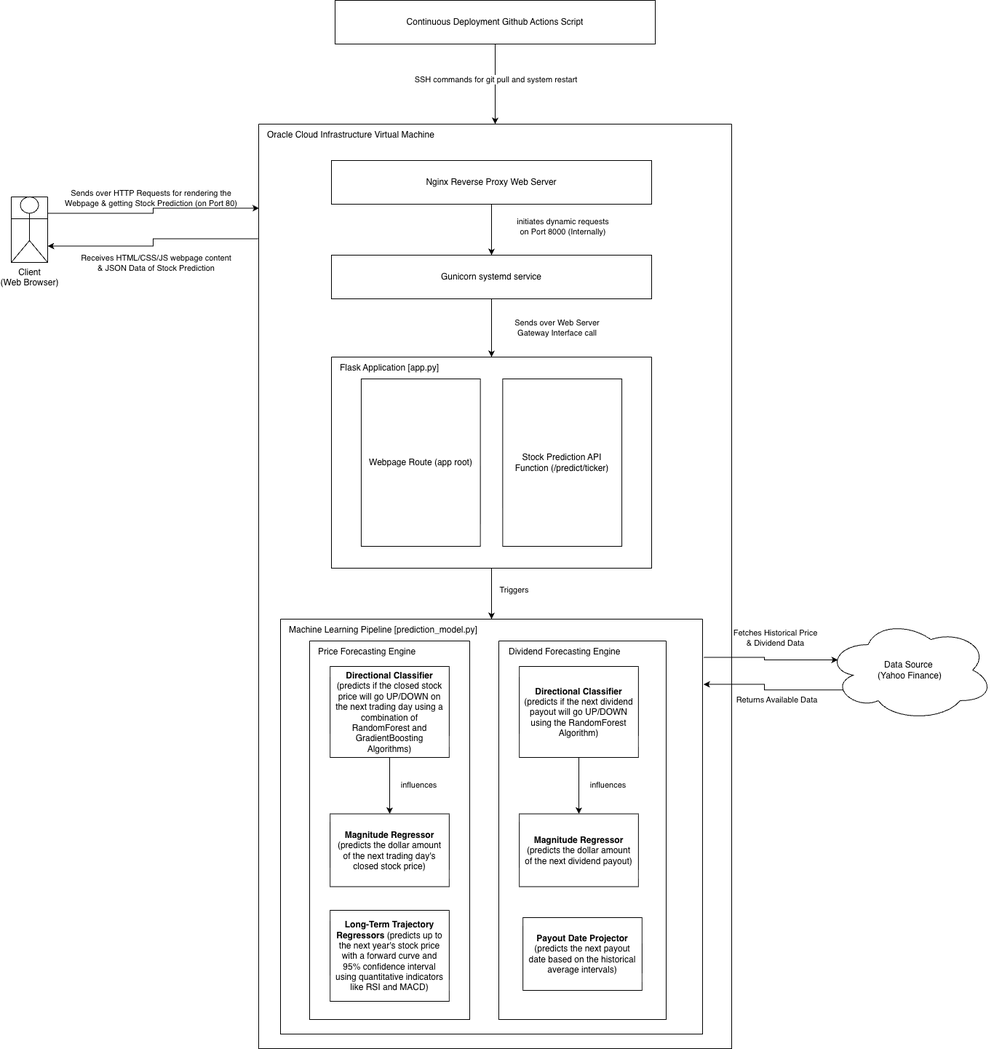
The draw.io diagram imgs/stock-market-predictor-arch.png in lc2410/stock-market-predictor, before a commit. Source tidied: cells renumbered, new cells last; positions are measured from the earlier drawing's top-left corner, leaving out a move shared by most shapes.
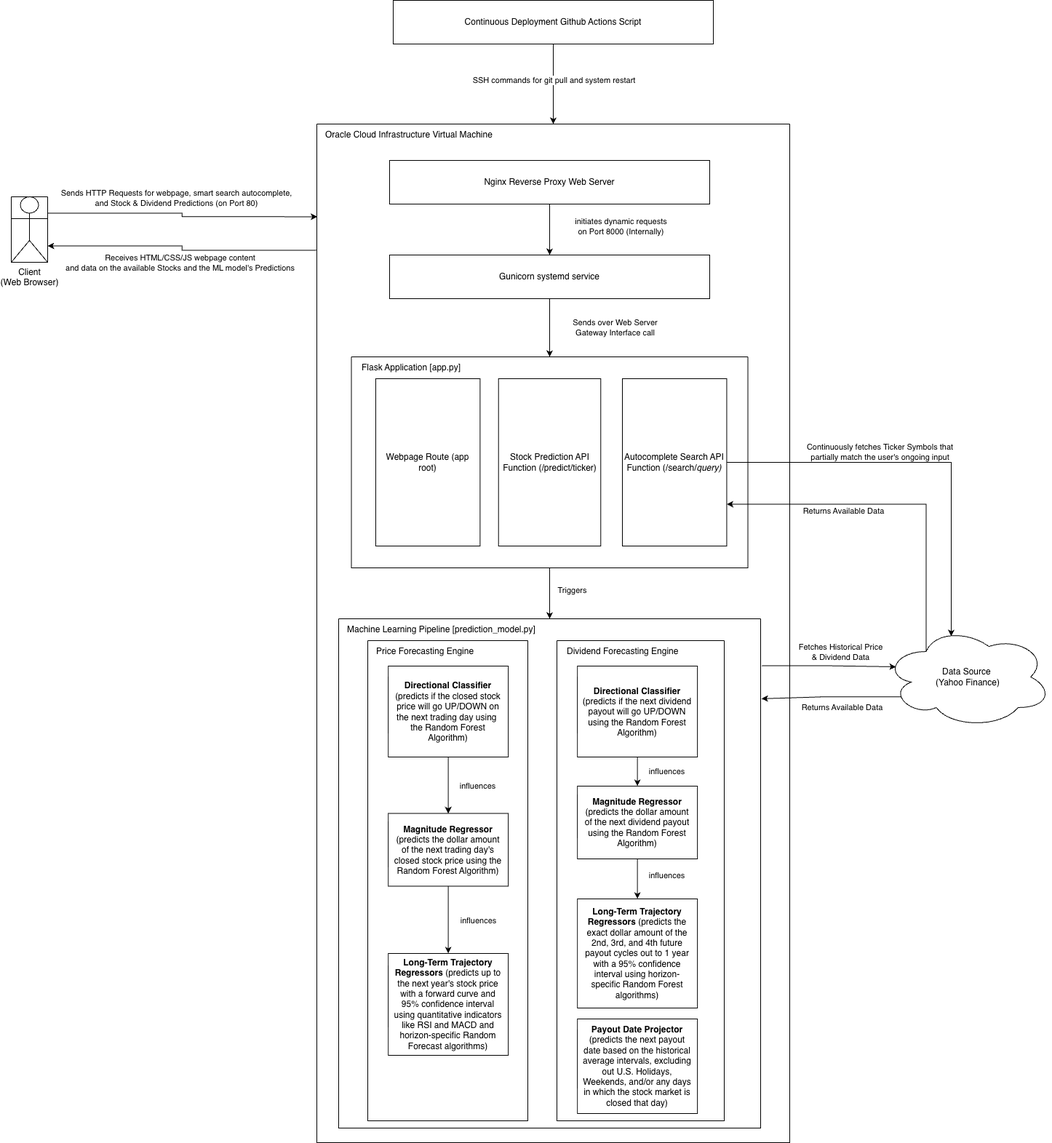
Later version of the same file.

Commit message:
updated documentation based on the updates since the last release

What changed in the source:
```diff
@@ -3,26 +3,29 @@
     <mxCell id="0" />
     <mxCell id="1" parent="0" />
     <mxCell id="2" style="swimlane;startSize=0;" parent="1" vertex="1">
-      <mxGeometry x="340" y="170" width="650" height="1270" as="geometry" />
+      <mxGeometry x="340" y="170" width="650" height="1400" as="geometry" />
     </mxCell>
     <mxCell id="3" value="Sends over Web Server &lt;br&gt;Gateway Interface call" style="edgeStyle=orthogonalEdgeStyle;rounded=0;jettySize=auto;html=1;exitX=0.5;exitY=1;exitDx=0;exitDy=0;entryX=0.5;entryY=0;entryDx=0;entryDy=0;fillColor=none;" parent="2" edge="1" source="12" target="5">
       <mxGeometry y="90" relative="1" as="geometry" />
     </mxCell>
     <mxCell id="4" style="group;" parent="2" vertex="1">
-      <mxGeometry x="100" y="290" width="440" height="320" as="geometry" />
+      <mxGeometry x="47.5" y="290" width="545" height="320" as="geometry" />
     </mxCell>
     <mxCell id="5" style="swimlane;startSize=0;" parent="4" vertex="1">
-      <mxGeometry y="30" width="440" height="290" as="geometry" />
+      <mxGeometry y="30" width="545" height="290" as="geometry" />
     </mxCell>
     <mxCell id="6" value="Webpage Route (app root)" style="rounded=0;whiteSpace=wrap;html=1;" parent="5" vertex="1">
-      <mxGeometry x="40.9" y="30" width="163.7" height="230" as="geometry" />
+      <mxGeometry x="33.5" y="30" width="143.4" height="230" as="geometry" />
     </mxCell>
     <mxCell id="7" value="Stock &lt;span&gt;Prediction&lt;/span&gt; API Function&amp;nbsp;(/predict/ticker)" style="rounded=0;whiteSpace=wrap;html=1;" parent="5" vertex="1">
-      <mxGeometry x="235.3" y="30" width="163.7" height="230" as="geometry" />
+      <mxGeometry x="202.2" y="30" width="140.5" height="230" as="geometry" />
     </mxCell>
     <mxCell id="8" value="Flask Application [app.py]" style="text;html=1;align=left;verticalAlign=middle;strokeColor=none;fillColor=none;" parent="5" vertex="1">
-      <mxGeometry x="10" width="160" height="30" as="geometry" />
+      <mxGeometry x="12.4" width="160" height="30" as="geometry" />
     </mxCell>
+    <mxCell id="44" value="Autocomplete Search API Function (/search/&lt;i&gt;query)&lt;/i&gt;" style="rounded=0;whiteSpace=wrap;html=1;" parent="5" vertex="1">
+      <mxGeometry x="372.5" y="30" width="143.4" height="230" as="geometry" />
+    </mxCell>
     <mxCell id="9" style="edgeStyle=orthogonalEdgeStyle;rounded=0;jettySize=auto;html=1;exitX=0.5;exitY=1;exitDx=0;exitDy=0;entryX=0.5;entryY=0;entryDx=0;entryDy=0;" parent="2" edge="1" source="11" target="12">
       <mxGeometry relative="1" as="geometry" />
     </mxCell>
@@ -40,11 +43,23 @@
     <mxCell id="13" value="Oracle Cloud Infrastructure Virtual Machine" style="text;html=1;align=left;verticalAlign=middle;strokeColor=none;fillColor=none;" parent="2" vertex="1">
       <mxGeometry x="10" width="250" height="30" as="geometry" />
     </mxCell>
+    <mxCell id="45" style="edgeStyle=orthogonalEdgeStyle;rounded=0;jettySize=auto;html=1;exitX=0.25;exitY=0.25;exitDx=0;exitDy=0;exitPerimeter=0;entryX=1;entryY=0.75;entryDx=0;entryDy=0;" parent="1" edge="1" source="14" target="44">
+      <mxGeometry relative="1" as="geometry">
+        <Array as="points">
+          <mxPoint x="1177" y="692" />
+        </Array>
+      </mxGeometry>
+    </mxCell>
+    <mxCell id="46" value="Returns Available Data" style="edgeLabel;html=1;align=center;verticalAlign=middle;" parent="45" vertex="1">
+      <mxGeometry x="0.33" y="1" relative="1" as="geometry">
+        <mxPoint y="7" as="offset" />
+      </mxGeometry>
+    </mxCell>
     <mxCell id="14" value="Data Source&amp;nbsp;&lt;div&gt;(Yahoo Finance)&lt;/div&gt;" style="ellipse;shape=cloud;whiteSpace=wrap;html=1;" parent="1" vertex="1">
-      <mxGeometry x="1120" y="850" width="230" height="140" as="geometry" />
+      <mxGeometry x="1120" y="860" width="230" height="140" as="geometry" />
     </mxCell>
     <mxCell id="15" style="swimlane;startSize=0;" parent="1" vertex="1">
-      <mxGeometry y="270" width="50" height="90" as="geometry" />
+      <mxGeometry x="-80" y="270" width="50" height="90" as="geometry" />
     </mxCell>
     <mxCell id="16" value="Client&lt;div&gt;(Web Browser)&lt;/div&gt;" style="shape=umlActor;verticalLabelPosition=bottom;verticalAlign=top;html=1;" parent="15" vertex="1">
       <mxGeometry width="50" height="90" as="geometry" />
@@ -61,7 +76,7 @@
     <mxCell id="20" style="edgeStyle=orthogonalEdgeStyle;rounded=0;jettySize=auto;html=1;exitX=1;exitY=0.25;exitDx=0;exitDy=0;entryX=0.001;entryY=0.091;entryDx=0;entryDy=0;entryPerimeter=0;" parent="1" edge="1" source="15" target="2">
       <mxGeometry relative="1" as="geometry" />
     </mxCell>
-    <mxCell id="21" value="Sends over HTTP Requests for rendering the &lt;br&gt;Webpage &amp;amp; getting Stock Prediction (on Port 80)" style="edgeLabel;html=1;align=center;verticalAlign=middle;labelBackgroundColor=none;" parent="20" vertex="1">
+    <mxCell id="21" value="Sends HTTP Requests for webpage, smart search autocomplete, &lt;br&gt;and Stock &amp;amp; Dividend Predictions (on Port 80)" style="edgeLabel;html=1;align=center;verticalAlign=middle;labelBackgroundColor=none;" parent="20" vertex="1">
       <mxGeometry x="-0.1" relative="1" as="geometry">
         <mxPoint x="7" y="-22" as="offset" />
       </mxGeometry>
@@ -69,7 +84,7 @@
     <mxCell id="22" style="edgeStyle=orthogonalEdgeStyle;rounded=0;jettySize=auto;html=1;exitX=1;exitY=0.75;exitDx=0;exitDy=0;entryX=-0.001;entryY=0.124;entryDx=0;entryDy=0;entryPerimeter=0;startArrow=classic;startFill=1;endArrow=none;endFill=0;" parent="1" edge="1" source="15" target="2">
       <mxGeometry relative="1" as="geometry" />
     </mxCell>
-    <mxCell id="23" value="Receives HTML/CSS/JS webpage content &lt;br&gt;&amp;amp; JSON Data of Stock Prediction" style="edgeLabel;html=1;align=center;verticalAlign=middle;labelBackgroundColor=none;" parent="22" vertex="1">
+    <mxCell id="23" value="Receives HTML/CSS/JS webpage content &lt;br&gt;and data on the available Stocks and the ML model's Predictions" style="edgeLabel;html=1;align=center;verticalAlign=middle;labelBackgroundColor=none;" parent="22" vertex="1">
       <mxGeometry x="-0.18" relative="1" as="geometry">
         <mxPoint x="26" y="22" as="offset" />
       </mxGeometry>
@@ -87,48 +102,67 @@
     </mxCell>
     <mxCell id="27" value="Fetches Historical Price &lt;br&gt;&amp;amp; Dividend Data" style="edgeLabel;html=1;align=center;verticalAlign=middle;labelBackgroundColor=none;" parent="26" vertex="1">
       <mxGeometry x="-0.11" y="-3" relative="1" as="geometry">
-        <mxPoint x="17" y="-28" as="offset" />
+        <mxPoint x="26" y="-19" as="offset" />
       </mxGeometry>
     </mxCell>
     <mxCell id="28" style="swimlane;startSize=0;" parent="1" vertex="1">
-      <mxGeometry x="370" y="850" width="580" height="570" as="geometry" />
+      <mxGeometry x="370" y="850" width="580" height="700" as="geometry" />
     </mxCell>
     <mxCell id="29" style="swimlane;startSize=0;" parent="28" vertex="1">
-      <mxGeometry x="40" y="30" width="220" height="520" as="geometry" />
+      <mxGeometry x="40" y="30" width="220" height="660" as="geometry" />
     </mxCell>
     <mxCell id="30" value="influences" style="edgeStyle=orthogonalEdgeStyle;rounded=0;jettySize=auto;html=1;exitX=0.5;exitY=1;exitDx=0;exitDy=0;entryX=0.5;entryY=0;entryDx=0;entryDy=0;" parent="29" edge="1" source="31" target="32">
       <mxGeometry y="40" relative="1" as="geometry" />
     </mxCell>
-    <mxCell id="31" value="&lt;b&gt;Directional Classifier&lt;/b&gt; (predicts if the closed stock price will go UP/DOWN on the next trading day using a combination of RandomForest and GradientBoosting Algorithms)" style="rounded=0;whiteSpace=wrap;html=1;spacingLeft=5;spacingRight=5;spacingTop=5;spacingBottom=5;" parent="29" vertex="1">
-      <mxGeometry x="28.1" y="35" width="163.7" height="125" as="geometry" />
+    <mxCell id="31" value="&lt;b&gt;Directional Classifier&lt;/b&gt; (predicts if the closed stock price will go UP/DOWN on the next trading day using&amp;nbsp; the Random Forest Algorithm)" style="rounded=0;whiteSpace=wrap;html=1;spacingLeft=5;spacingRight=5;spacingTop=5;spacingBottom=5;" parent="29" vertex="1">
+      <mxGeometry x="28.1" y="35" width="165" height="125" as="geometry" />
     </mxCell>
+    <mxCell id="47" style="edgeStyle=orthogonalEdgeStyle;rounded=0;jettySize=auto;html=1;exitX=0.5;exitY=1;exitDx=0;exitDy=0;entryX=0.5;entryY=0;entryDx=0;entryDy=0;" parent="29" edge="1" source="32" target="33">
+      <mxGeometry relative="1" as="geometry" />
+    </mxCell>
+    <mxCell id="48" value="influences" style="edgeLabel;html=1;align=center;verticalAlign=middle;" parent="47" vertex="1">
+      <mxGeometry x="-0.01" y="-3" relative="1" as="geometry">
+        <mxPoint x="43" as="offset" />
+      </mxGeometry>
+    </mxCell>
-    <mxCell id="32" value="&lt;b&gt;Magnitude Regressor&lt;/b&gt; (predicts the dollar amount of the next trading day's closed stock price)" style="rounded=0;whiteSpace=wrap;html=1;spacingLeft=5;spacingRight=5;" parent="29" vertex="1">
-      <mxGeometry x="28.1" y="237.5" width="163.7" height="100" as="geometry" />
+    <mxCell id="32" value="&lt;b&gt;Magnitude Regressor&lt;/b&gt; (predicts the dollar amount of the next trading day's closed stock price using the Random Forest Algorithm)" style="rounded=0;whiteSpace=wrap;html=1;spacingLeft=5;spacingRight=5;" parent="29" vertex="1">
+      <mxGeometry x="28.1" y="237.5" width="165" height="100" as="geometry" />
     </mxCell>
-    <mxCell id="33" value="&lt;b&gt;Long-Term Trajectory Regressors&lt;/b&gt; (predicts up to the next year's stock price with a forward curve and 95% confidence interval using quantitative indicators like RSI and MACD)" style="rounded=0;whiteSpace=wrap;html=1;spacingLeft=5;spacingRight=5;spacingTop=5;spacingBottom=5;" parent="29" vertex="1">
-      <mxGeometry x="28.1" y="370" width="163.7" height="125" as="geometry" />
+    <mxCell id="33" value="&lt;b&gt;Long-Term Trajectory Regressors&lt;/b&gt; (predicts up to the next year's stock price with a forward curve and 95% confidence interval using quantitative indicators like RSI and MACD and horizon-specific Random Forecast algorithms)" style="rounded=0;whiteSpace=wrap;html=1;spacingLeft=5;spacingRight=5;spacingTop=5;spacingBottom=5;" parent="29" vertex="1">
+      <mxGeometry x="28.1" y="430" width="165" height="140" as="geometry" />
     </mxCell>
     <mxCell id="34" value="Price Forecasting Engine" style="text;html=1;align=left;verticalAlign=middle;strokeColor=none;fillColor=none;" parent="29" vertex="1">
       <mxGeometry x="10" width="160" height="30" as="geometry" />
     </mxCell>
     <mxCell id="35" style="swimlane;startSize=0;" parent="28" vertex="1">
-      <mxGeometry x="300" y="30" width="230" height="520" as="geometry" />
+      <mxGeometry x="300" y="30" width="230" height="660" as="geometry" />
     </mxCell>
     <mxCell id="36" value="influences" style="edgeStyle=orthogonalEdgeStyle;rounded=0;jettySize=auto;html=1;exitX=0.5;exitY=1;exitDx=0;exitDy=0;entryX=0.5;entryY=0;entryDx=0;entryDy=0;" parent="35" edge="1" source="37" target="38">
       <mxGeometry y="40" relative="1" as="geometry" />
     </mxCell>
-    <mxCell id="37" value="&lt;b&gt;Directional Classifier&lt;/b&gt; (predicts if the next dividend payout will go UP/DOWN using the RandomForest Algorithm)" style="rounded=0;whiteSpace=wrap;html=1;spacingLeft=5;spacingRight=5;spacingTop=5;spacingBottom=5;" parent="35" vertex="1">
-      <mxGeometry x="28.1" y="35" width="163.7" height="125" as="geometry" />
+    <mxCell id="37" value="&lt;b&gt;Directional Classifier&lt;/b&gt; (predicts if the next dividend payout will go UP/DOWN using the Random Forest Algorithm)" style="rounded=0;whiteSpace=wrap;html=1;spacingLeft=5;spacingRight=5;spacingTop=5;spacingBottom=5;" parent="35" vertex="1">
+      <mxGeometry x="28.1" y="35" width="165" height="125" as="geometry" />
     </mxCell>
+    <mxCell id="49" style="edgeStyle=orthogonalEdgeStyle;rounded=0;jettySize=auto;html=1;exitX=0.5;exitY=1;exitDx=0;exitDy=0;entryX=0.5;entryY=0;entryDx=0;entryDy=0;" parent="35" edge="1" source="38" target="51">
+      <mxGeometry relative="1" as="geometry" />
+    </mxCell>
+    <mxCell id="50" value="influences" style="edgeLabel;html=1;align=center;verticalAlign=middle;" parent="49" vertex="1">
+      <mxGeometry x="-0.14" y="-1" relative="1" as="geometry">
+        <mxPoint x="40" y="-1" as="offset" />
+      </mxGeometry>
+    </mxCell>
-    <mxCell id="38" value="&lt;b&gt;Magnitude Regressor&lt;/b&gt; (predicts the dollar amount of the next dividend payout)" style="rounded=0;whiteSpace=wrap;html=1;spacingLeft=5;spacingRight=5;" parent="35" vertex="1">
-      <mxGeometry x="28.1" y="237.5" width="163.7" height="100" as="geometry" />
+    <mxCell id="38" value="&lt;b&gt;Magnitude Regressor&lt;/b&gt; (predicts the dollar amount of the next dividend payout using the Random Forest Algorithm)" style="rounded=0;whiteSpace=wrap;html=1;spacingLeft=5;spacingRight=5;" parent="35" vertex="1">
+      <mxGeometry x="28.1" y="200" width="165" height="100" as="geometry" />
     </mxCell>
+    <mxCell id="40" value="Dividend Forecasting Engine" style="text;html=1;align=left;verticalAlign=middle;strokeColor=none;fillColor=none;" parent="35" vertex="1">
+      <mxGeometry x="11.9" width="180" height="30" as="geometry" />
+    </mxCell>
+    <mxCell id="51" value="&lt;b&gt;Long-Term Trajectory Regressors&lt;/b&gt;&amp;nbsp;(predicts the exact dollar amount of the 2nd, 3rd, and 4th future payout cycles out to 1 year with a 95% confidence interval using horizon-specific Random Forest algorithms)" style="rounded=0;whiteSpace=wrap;html=1;spacingLeft=5;spacingRight=5;spacingTop=5;spacingBottom=5;" parent="35" vertex="1">
+      <mxGeometry x="28.1" y="355" width="165" height="150" as="geometry" />
+    </mxCell>
-    <mxCell id="39" value="&lt;b&gt;Payout Date Projector&lt;/b&gt; (predicts the next payout date based on the historical average intervals)" style="rounded=0;whiteSpace=wrap;html=1;spacingLeft=5;spacingRight=5;spacingTop=5;spacingBottom=5;" parent="35" vertex="1">
-      <mxGeometry x="33.1" y="380" width="163.7" height="100" as="geometry" />
+    <mxCell id="39" value="&lt;b&gt;Payout Date Projector&lt;/b&gt; (predicts the next payout date based on the historical average intervals, excluding out U.S. Holidays, Weekends, and/or any days in which the stock market is closed that day)" style="rounded=0;whiteSpace=wrap;html=1;spacingLeft=5;spacingRight=5;spacingTop=5;spacingBottom=5;" parent="35" vertex="1">
+      <mxGeometry x="28.1" y="520" width="165" height="130" as="geometry" />
     </mxCell>
-    <mxCell id="40" value="Dividend Forecasting Engine" style="text;html=1;align=left;verticalAlign=middle;strokeColor=none;fillColor=none;" parent="35" vertex="1">
-      <mxGeometry x="11.9" width="180" height="30" as="geometry" />
-    </mxCell>
     <mxCell id="41" value="Machine Learning Pipeline [prediction_model.py]" style="text;html=1;align=left;verticalAlign=middle;strokeColor=none;fillColor=none;" parent="1" vertex="1">
       <mxGeometry x="380" y="850" width="280" height="30" as="geometry" />
     </mxCell>
@@ -137,8 +171,16 @@
     </mxCell>
     <mxCell id="43" value="&lt;span&gt;Returns Available Data&lt;/span&gt;" style="edgeLabel;html=1;align=center;verticalAlign=middle;labelBackgroundColor=none;" parent="42" vertex="1">
       <mxGeometry x="-0.08" y="-1" relative="1" as="geometry">
-        <mxPoint y="14" as="offset" />
+        <mxPoint x="6" y="14" as="offset" />
       </mxGeometry>
     </mxCell>
+    <mxCell id="52" style="edgeStyle=orthogonalEdgeStyle;rounded=0;jettySize=auto;html=1;exitX=1;exitY=0.5;exitDx=0;exitDy=0;entryX=0.4;entryY=0.1;entryDx=0;entryDy=0;entryPerimeter=0;" parent="1" edge="1" source="44" target="14">
+      <mxGeometry relative="1" as="geometry" />
+    </mxCell>
+    <mxCell id="53" value="Continuously fetches Ticker Symbols that&lt;br&gt;partially match the user's ongoing input" style="edgeLabel;html=1;align=center;verticalAlign=middle;" parent="52" vertex="1">
+      <mxGeometry x="-0.46" y="5" relative="1" as="geometry">
+        <mxPoint x="61" y="-10" as="offset" />
+      </mxGeometry>
+    </mxCell>
   </root>
 </mxGraphModel>
```
